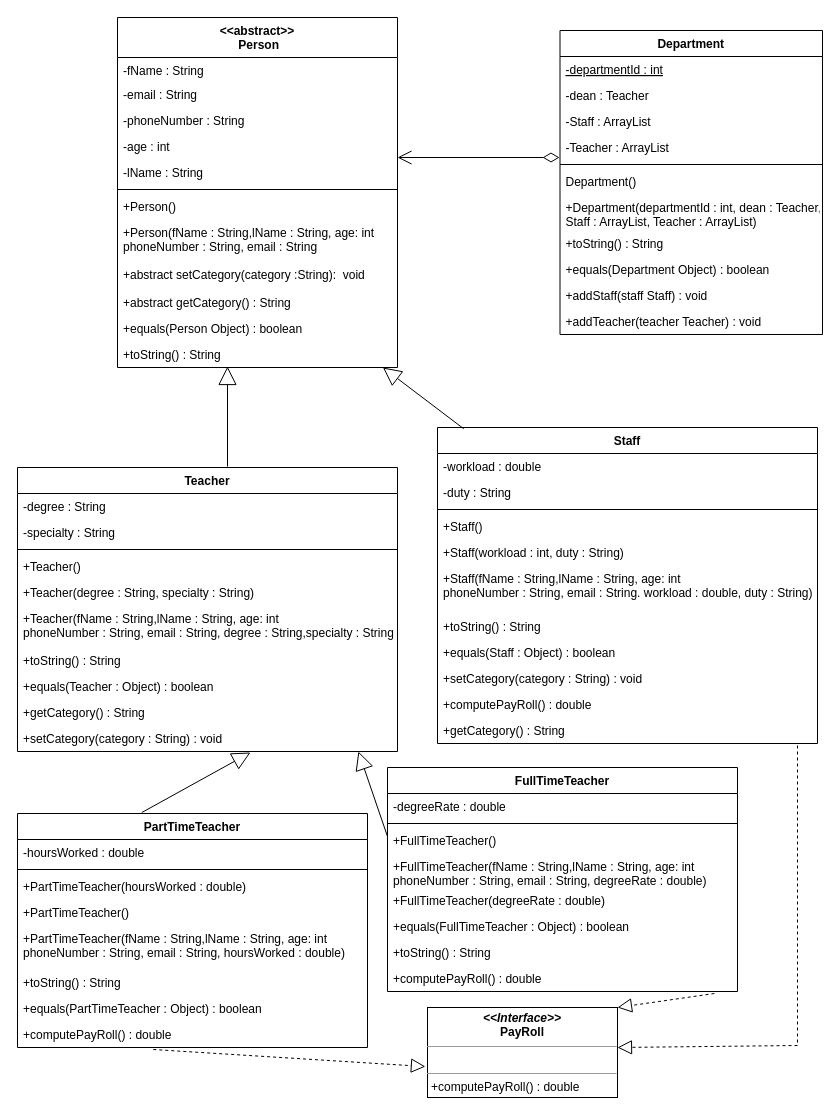
Earlier version of the draw.io diagram Project_UML.drawio (Deven8378/Prog2Project). Source tidied: cells renumbered, new cells numbered last; positions are measured from the earlier drawing's top-left corner, leaving out a move shared by most shapes. Both pictures are drawn from the tidied source at 100%, with x=0, y=0 at pixel (17, 17).
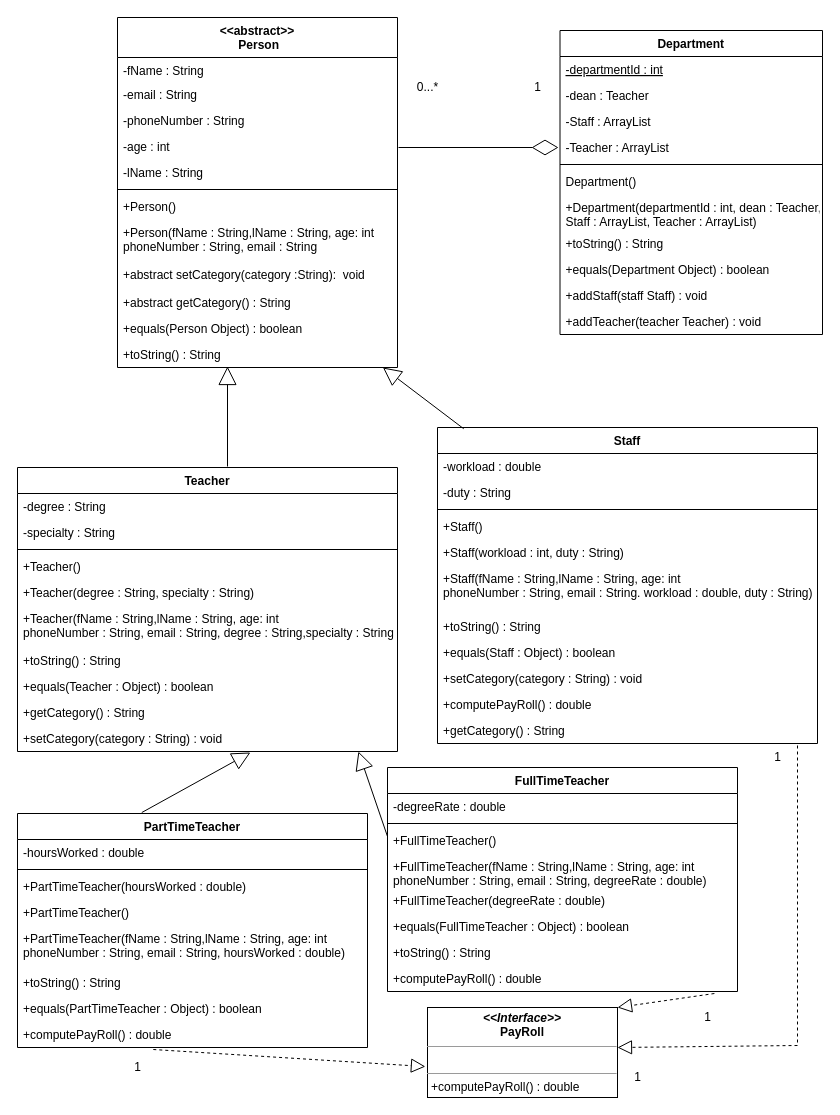
The same diagram, later.

Change to the diagram source:
```diff
@@
-    <mxCell id="65" style="endArrow=open;html=1;endSize=12;startArrow=diamondThin;startSize=14;startFill=0;align=left;verticalAlign=bottom;rounded=0;" parent="1" edge="1">
-      <mxGeometry x="-1" y="3" relative="1" as="geometry">
-        <mxPoint x="542" y="140" as="sourcePoint" />
-        <mxPoint x="380" y="140" as="targetPoint" />
-      </mxGeometry>
-    </mxCell>
@@
+    <mxCell id="77" style="endArrow=diamondThin;endFill=0;endSize=24;html=1;rounded=0;" parent="1" edge="1">
+      <mxGeometry relative="1" as="geometry">
+        <mxPoint x="381" y="130" as="sourcePoint" />
+        <mxPoint x="541" y="130" as="targetPoint" />
+      </mxGeometry>
+    </mxCell>
+    <mxCell id="78" value="1" style="text;html=1;align=center;verticalAlign=middle;strokeColor=none;fillColor=none;" parent="1" vertex="1">
+      <mxGeometry x="510" y="60" width="20" height="20" as="geometry" />
+    </mxCell>
+    <mxCell id="79" value="0...*" style="text;html=1;align=center;verticalAlign=middle;strokeColor=none;fillColor=none;" parent="1" vertex="1">
+      <mxGeometry x="390" y="60" width="40" height="20" as="geometry" />
+    </mxCell>
+    <mxCell id="80" value="1" style="text;html=1;align=center;verticalAlign=middle;strokeColor=none;fillColor=none;" parent="1" vertex="1">
+      <mxGeometry x="610" y="1050" width="20" height="20" as="geometry" />
+    </mxCell>
+    <mxCell id="81" value="1" style="text;html=1;align=center;verticalAlign=middle;strokeColor=none;fillColor=none;" parent="1" vertex="1">
+      <mxGeometry x="110" y="1040" width="20" height="20" as="geometry" />
+    </mxCell>
+    <mxCell id="82" value="1" style="text;html=1;align=center;verticalAlign=middle;strokeColor=none;fillColor=none;" parent="1" vertex="1">
+      <mxGeometry x="680" y="990" width="20" height="20" as="geometry" />
+    </mxCell>
+    <mxCell id="83" value="1" style="text;html=1;align=center;verticalAlign=middle;strokeColor=none;fillColor=none;" parent="1" vertex="1">
+      <mxGeometry x="750" y="730" width="20" height="20" as="geometry" />
+    </mxCell>
```
